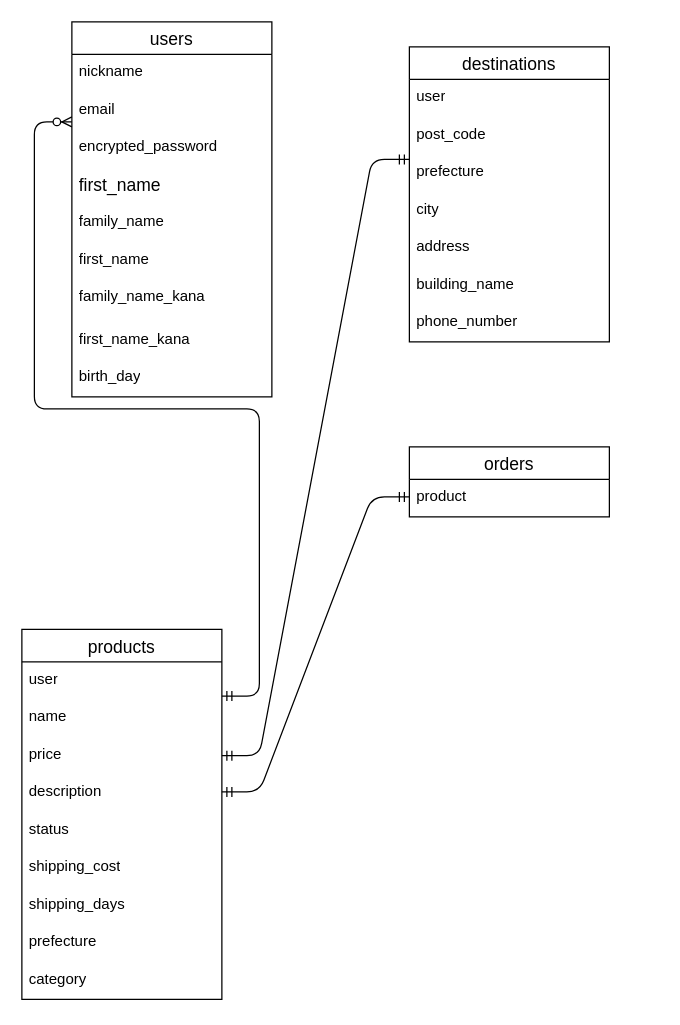
Before: ER.dio in makomottchi/furima-41804, a draw.io diagram. Source tidied: cells renumbered, new cells numbered last; positions are measured from the earlier drawing's top-left corner, leaving out a move shared by most shapes. Both pictures are drawn from the tidied source at 125%, with x=0, y=0 at pixel (21, 21).
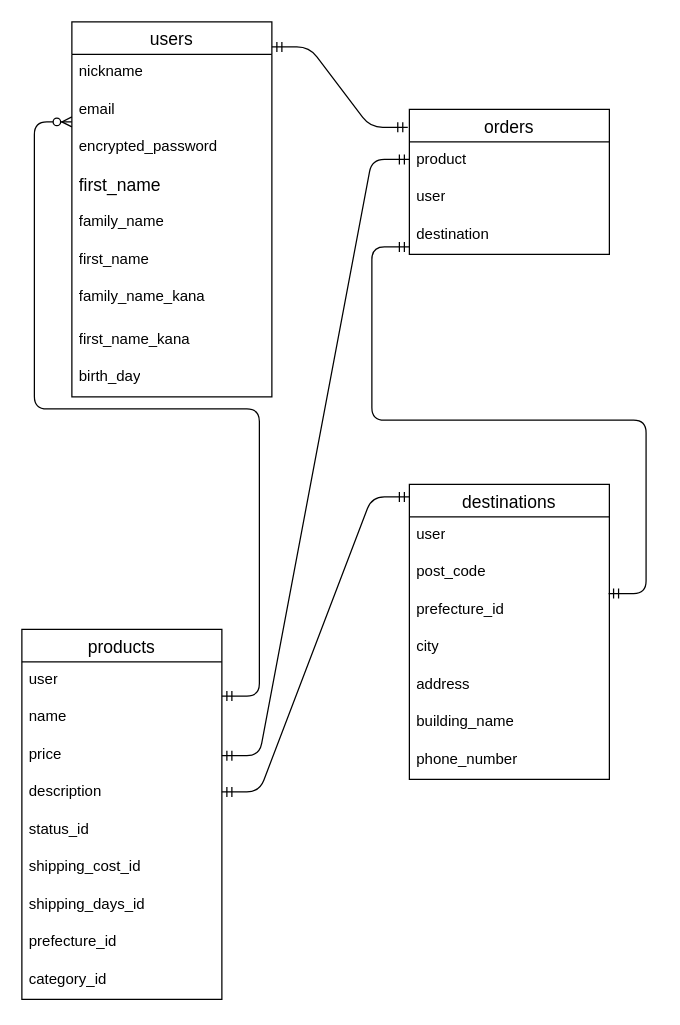
The same page after the edit.

Commit message (it also covers changes not shown here):
データベース設計修正2

The change refers to these unchanged cells:
```xml
<mxCell id="24" value="products" style="swimlane;fontStyle=0;horizontal=1;startSize=26;align=center;fontSize=14;direction=east;" parent="1" vertex="1">
  <mxGeometry y="486" width="160" height="296" as="geometry" />
</mxCell>
```

Diff of the diagram source:
```diff
@@
     <mxCell id="12" value="destinations" style="swimlane;fontStyle=0;horizontal=1;startSize=26;align=center;fontSize=14;" parent="1" vertex="1">
-      <mxGeometry x="310" y="20" width="160" height="236" as="geometry" />
+      <mxGeometry x="310" y="370" width="160" height="236" as="geometry" />
     </mxCell>
@@
-    <mxCell id="15" value="prefecture" style="text;strokeColor=none;fillColor=none;spacingLeft=4;spacingRight=4;overflow=hidden;points=[[0,0.5],[1,0.5]];portConstraint=eastwest;fontSize=12;whiteSpace=wrap;html=1;" parent="12" vertex="1">
+    <mxCell id="15" value="prefecture_id" style="text;strokeColor=none;fillColor=none;spacingLeft=4;spacingRight=4;overflow=hidden;points=[[0,0.5],[1,0.5]];portConstraint=eastwest;fontSize=12;whiteSpace=wrap;html=1;" parent="12" vertex="1">
       <mxGeometry y="86" width="160" height="30" as="geometry" />
     </mxCell>
@@
     <mxCell id="21" value="orders" style="swimlane;fontStyle=0;horizontal=1;startSize=26;align=center;fontSize=14;" parent="1" vertex="1">
-      <mxGeometry x="310" y="340" width="160" height="56" as="geometry" />
+      <mxGeometry x="310" y="70" width="160" height="116" as="geometry" />
     </mxCell>
@@
+    <mxCell id="35" value="user" style="text;strokeColor=none;fillColor=none;spacingLeft=4;spacingRight=4;overflow=hidden;fontSize=12;whiteSpace=wrap;html=1;" parent="21" vertex="1">
+      <mxGeometry y="56" width="160" height="30" as="geometry" />
+    </mxCell>
+    <mxCell id="36" value="destination" style="text;strokeColor=none;fillColor=none;spacingLeft=4;spacingRight=4;overflow=hidden;fontSize=12;whiteSpace=wrap;html=1;" parent="21" vertex="1">
+      <mxGeometry y="86" width="160" height="30" as="geometry" />
+    </mxCell>
@@
-    <mxCell id="29" value="status" style="text;strokeColor=none;fillColor=none;spacingLeft=4;spacingRight=4;overflow=hidden;fontSize=12;whiteSpace=wrap;html=1;" parent="24" vertex="1">
+    <mxCell id="29" value="status&lt;span style=&quot;color: rgb(0, 0, 0);&quot;&gt;_id&lt;/span&gt;" style="text;strokeColor=none;fillColor=none;spacingLeft=4;spacingRight=4;overflow=hidden;fontSize=12;whiteSpace=wrap;html=1;" parent="24" vertex="1">
       <mxGeometry y="146" width="160" height="30" as="geometry" />
     </mxCell>
-    <mxCell id="30" value="shipping_cost" style="text;strokeColor=none;fillColor=none;spacingLeft=4;spacingRight=4;overflow=hidden;fontSize=12;whiteSpace=wrap;html=1;" parent="24" vertex="1">
+    <mxCell id="30" value="shipping_cost&lt;span style=&quot;color: rgb(0, 0, 0);&quot;&gt;_id&lt;/span&gt;" style="text;strokeColor=none;fillColor=none;spacingLeft=4;spacingRight=4;overflow=hidden;fontSize=12;whiteSpace=wrap;html=1;" parent="24" vertex="1">
       <mxGeometry y="176" width="160" height="30" as="geometry" />
     </mxCell>
-    <mxCell id="31" value="shipping_days" style="text;strokeColor=none;fillColor=none;spacingLeft=4;spacingRight=4;overflow=hidden;fontSize=12;whiteSpace=wrap;html=1;" parent="24" vertex="1">
+    <mxCell id="31" value="shipping_days&lt;span style=&quot;color: rgb(0, 0, 0);&quot;&gt;_id&lt;/span&gt;" style="text;strokeColor=none;fillColor=none;spacingLeft=4;spacingRight=4;overflow=hidden;fontSize=12;whiteSpace=wrap;html=1;" parent="24" vertex="1">
       <mxGeometry y="206" width="160" height="30" as="geometry" />
     </mxCell>
-    <mxCell id="32" value="prefecture" style="text;strokeColor=none;fillColor=none;spacingLeft=4;spacingRight=4;overflow=hidden;fontSize=12;whiteSpace=wrap;html=1;" parent="24" vertex="1">
+    <mxCell id="32" value="prefecture&lt;span style=&quot;color: rgb(0, 0, 0);&quot;&gt;_id&lt;/span&gt;" style="text;strokeColor=none;fillColor=none;spacingLeft=4;spacingRight=4;overflow=hidden;fontSize=12;whiteSpace=wrap;html=1;" parent="24" vertex="1">
       <mxGeometry y="236" width="160" height="30" as="geometry" />
     </mxCell>
-    <mxCell id="33" value="category" style="text;strokeColor=none;fillColor=none;spacingLeft=4;spacingRight=4;overflow=hidden;fontSize=12;whiteSpace=wrap;html=1;" parent="24" vertex="1">
+    <mxCell id="33" value="category&lt;span style=&quot;color: rgb(0, 0, 0);&quot;&gt;_id&lt;/span&gt;" style="text;strokeColor=none;fillColor=none;spacingLeft=4;spacingRight=4;overflow=hidden;fontSize=12;whiteSpace=wrap;html=1;" parent="24" vertex="1">
       <mxGeometry y="266" width="160" height="30" as="geometry" />
     </mxCell>
@@
+    <mxCell id="37" style="edgeStyle=entityRelationEdgeStyle;fontSize=12;html=1;endArrow=ERmandOne;startArrow=ERmandOne;exitX=0.996;exitY=0.044;exitDx=0;exitDy=0;exitPerimeter=0;" parent="1" edge="1" source="15">
+      <mxGeometry relative="1" as="geometry">
+        <mxPoint x="310" y="180" as="targetPoint" />
+        <Array as="points">
+          <mxPoint x="390" y="210" />
+        </Array>
+      </mxGeometry>
+    </mxCell>
+    <mxCell id="38" style="edgeStyle=entityRelationEdgeStyle;fontSize=12;html=1;endArrow=ERmandOne;startArrow=ERmandOne;entryX=-0.008;entryY=0.124;entryDx=0;entryDy=0;entryPerimeter=0;" parent="1" edge="1" target="21">
+      <mxGeometry relative="1" as="geometry">
+        <mxPoint x="200" y="20" as="sourcePoint" />
+      </mxGeometry>
+    </mxCell>
```
